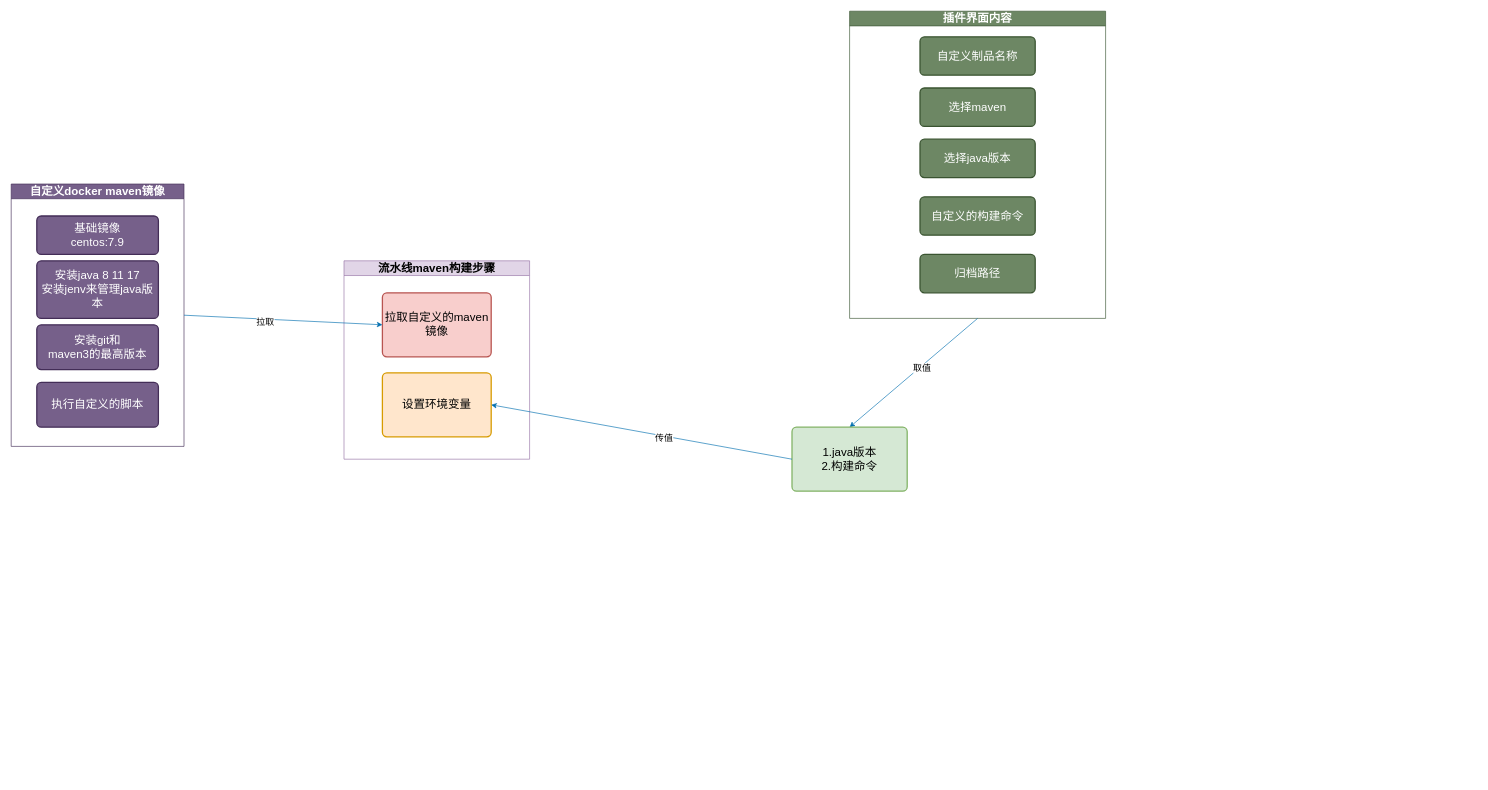
Before: page "Maven构建原型" (5 of 12) of 发布中心.drawio in GorgeousU/draw.io, a draw.io diagram. Source tidied: cells renumbered, new cells numbered last; positions are measured from the earlier drawing's top-left corner, leaving out a move shared by most shapes. Both pictures are drawn from the tidied source at 64%, with x=0, y=0 at pixel (11, 11).
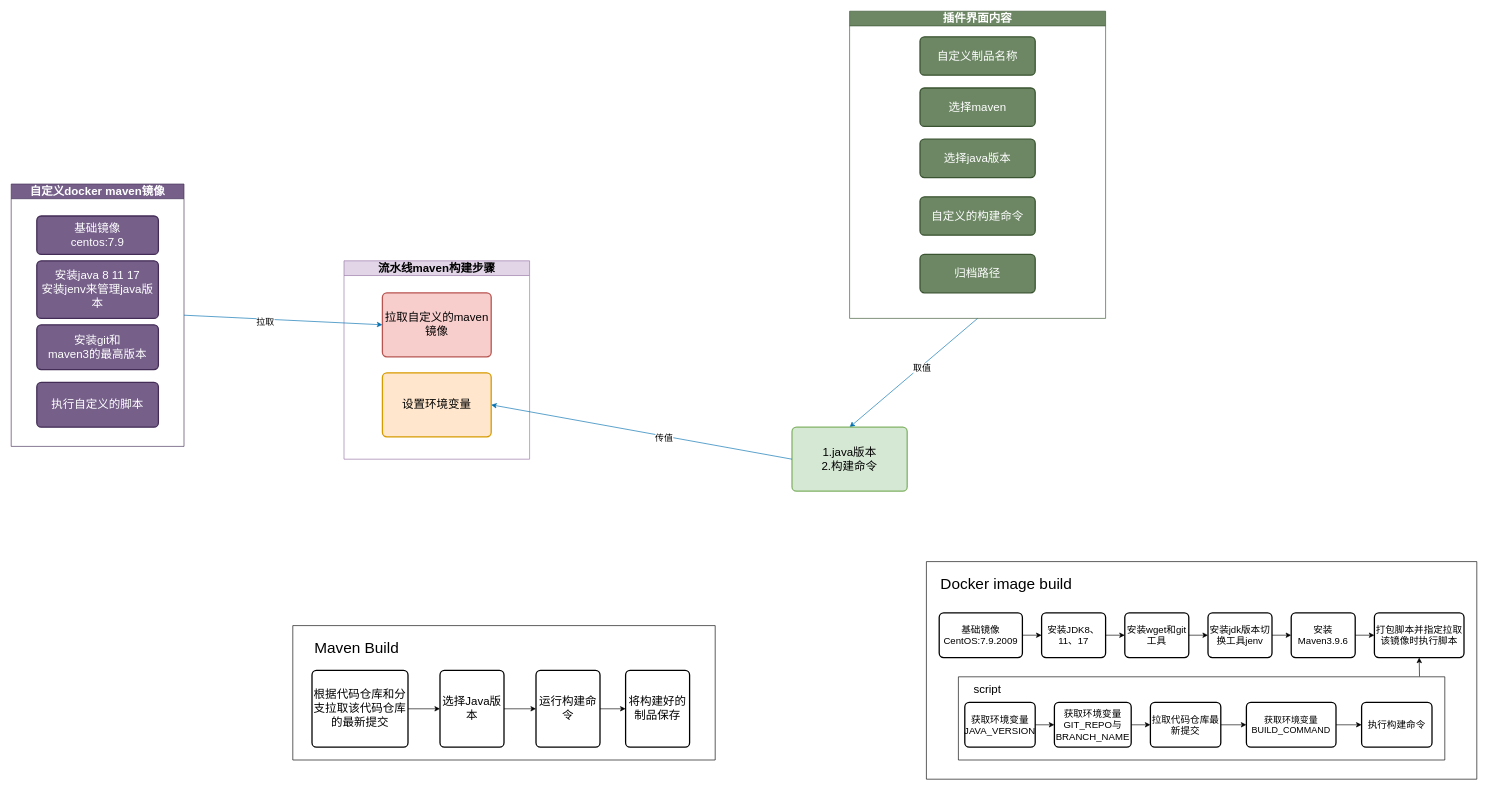
Above is the later version.

The edit, as a diff of the source:
```diff
@@
+    <mxCell id="23" style="swimlane;startSize=0;" parent="1" vertex="1">
+      <mxGeometry x="440" y="960" width="660" height="210" as="geometry" />
+    </mxCell>
+    <mxCell id="24" value="&lt;font style=&quot;font-size: 24px;&quot;&gt;Maven Build&lt;/font&gt;" style="text;html=1;align=center;verticalAlign=middle;whiteSpace=wrap;rounded=0;" parent="23" vertex="1">
+      <mxGeometry x="30" y="20" width="140" height="30" as="geometry" />
+    </mxCell>
+    <mxCell id="25" value="&lt;font style=&quot;font-size: 18px;&quot;&gt;根据代码仓库和分支拉取该代码仓库的最新提交&lt;/font&gt;" style="rounded=1;whiteSpace=wrap;html=1;absoluteArcSize=1;arcSize=14;strokeWidth=2;" parent="23" vertex="1">
+      <mxGeometry x="30" y="70" width="150" height="120" as="geometry" />
+    </mxCell>
+    <mxCell id="26" value="&lt;font style=&quot;font-size: 18px;&quot;&gt;选择Java版本&lt;/font&gt;" style="rounded=1;whiteSpace=wrap;html=1;absoluteArcSize=1;arcSize=14;strokeWidth=2;" parent="23" vertex="1">
+      <mxGeometry x="230" y="70" width="100" height="120" as="geometry" />
+    </mxCell>
+    <mxCell id="27" value="&lt;font style=&quot;font-size: 18px;&quot;&gt;运行构建命令&lt;/font&gt;" style="rounded=1;whiteSpace=wrap;html=1;absoluteArcSize=1;arcSize=14;strokeWidth=2;" parent="23" vertex="1">
+      <mxGeometry x="380" y="70" width="100" height="120" as="geometry" />
+    </mxCell>
+    <mxCell id="28" value="&lt;font style=&quot;font-size: 18px;&quot;&gt;将构建好的制品保存&lt;/font&gt;" style="rounded=1;whiteSpace=wrap;html=1;absoluteArcSize=1;arcSize=14;strokeWidth=2;" parent="23" vertex="1">
+      <mxGeometry x="520" y="70" width="100" height="120" as="geometry" />
+    </mxCell>
+    <mxCell id="29" style="endArrow=classic;html=1;rounded=0;exitX=1;exitY=0.5;exitDx=0;exitDy=0;entryX=0;entryY=0.5;entryDx=0;entryDy=0;" parent="23" edge="1" source="25" target="26">
+      <mxGeometry relative="1" as="geometry" />
+    </mxCell>
+    <mxCell id="30" style="endArrow=classic;html=1;rounded=0;exitX=1;exitY=0.5;exitDx=0;exitDy=0;entryX=0;entryY=0.5;entryDx=0;entryDy=0;" parent="23" edge="1" source="26" target="27">
+      <mxGeometry relative="1" as="geometry" />
+    </mxCell>
+    <mxCell id="31" style="endArrow=classic;html=1;rounded=0;exitX=1;exitY=0.5;exitDx=0;exitDy=0;entryX=0;entryY=0.5;entryDx=0;entryDy=0;" parent="23" edge="1" source="27" target="28">
+      <mxGeometry relative="1" as="geometry" />
+    </mxCell>
+    <mxCell id="32" style="swimlane;startSize=0;" parent="1" vertex="1">
+      <mxGeometry x="1430" y="860" width="860" height="340" as="geometry" />
+    </mxCell>
+    <mxCell id="33" value="&lt;font style=&quot;font-size: 24px;&quot;&gt;Docker image build&lt;/font&gt;" style="text;html=1;align=center;verticalAlign=middle;whiteSpace=wrap;rounded=0;" parent="32" vertex="1">
+      <mxGeometry x="20" y="20" width="210" height="30" as="geometry" />
+    </mxCell>
+    <mxCell id="34" value="&lt;font style=&quot;font-size: 15px;&quot;&gt;基础镜像CentOS:7.9.2009&lt;/font&gt;" style="rounded=1;whiteSpace=wrap;html=1;absoluteArcSize=1;arcSize=14;strokeWidth=2;" parent="32" vertex="1">
+      <mxGeometry x="20" y="80" width="130" height="70" as="geometry" />
+    </mxCell>
+    <mxCell id="35" value="&lt;font style=&quot;font-size: 15px;&quot;&gt;安装JDK8、11、17&lt;/font&gt;" style="rounded=1;whiteSpace=wrap;html=1;absoluteArcSize=1;arcSize=14;strokeWidth=2;" parent="32" vertex="1">
+      <mxGeometry x="180" y="80" width="100" height="70" as="geometry" />
+    </mxCell>
+    <mxCell id="36" value="&lt;font style=&quot;font-size: 15px;&quot;&gt;安装wget和git工具&lt;/font&gt;" style="rounded=1;whiteSpace=wrap;html=1;absoluteArcSize=1;arcSize=14;strokeWidth=2;" parent="32" vertex="1">
+      <mxGeometry x="310" y="80" width="100" height="70" as="geometry" />
+    </mxCell>
+    <mxCell id="37" value="&lt;font style=&quot;font-size: 15px;&quot;&gt;安装jdk版本切换工具jenv&lt;/font&gt;" style="rounded=1;whiteSpace=wrap;html=1;absoluteArcSize=1;arcSize=14;strokeWidth=2;" parent="32" vertex="1">
+      <mxGeometry x="440" y="80" width="100" height="70" as="geometry" />
+    </mxCell>
+    <mxCell id="38" value="&lt;font style=&quot;font-size: 15px;&quot;&gt;安装Maven3.9.6&lt;/font&gt;" style="rounded=1;whiteSpace=wrap;html=1;absoluteArcSize=1;arcSize=14;strokeWidth=2;" parent="32" vertex="1">
+      <mxGeometry x="570" y="80" width="100" height="70" as="geometry" />
+    </mxCell>
+    <mxCell id="39" style="swimlane;startSize=0;" parent="32" vertex="1">
+      <mxGeometry x="50" y="180" width="760" height="130" as="geometry" />
+    </mxCell>
+    <mxCell id="40" value="&lt;font style=&quot;font-size: 18px;&quot;&gt;script&lt;/font&gt;" style="text;html=1;align=center;verticalAlign=middle;strokeColor=none;fillColor=none;" parent="39" vertex="1">
+      <mxGeometry x="10" width="70" height="40" as="geometry" />
+    </mxCell>
+    <mxCell id="41" value="&lt;font style=&quot;font-size: 15px;&quot;&gt;获取环境变量JAVA_VERSION&lt;/font&gt;" style="rounded=1;whiteSpace=wrap;html=1;absoluteArcSize=1;arcSize=14;strokeWidth=2;" parent="39" vertex="1">
+      <mxGeometry x="10" y="40" width="110" height="70" as="geometry" />
+    </mxCell>
+    <mxCell id="42" value="&lt;font style=&quot;font-size: 15px;&quot;&gt;&lt;font style=&quot;font-size: 15px;&quot;&gt;获取环境变量&lt;/font&gt;&lt;span style=&quot;background-color: initial;&quot;&gt;GIT_REPO与&lt;/span&gt;&lt;span style=&quot;background-color: initial;&quot;&gt;BRANCH_NAME&lt;/span&gt;&lt;/font&gt;" style="rounded=1;whiteSpace=wrap;html=1;absoluteArcSize=1;arcSize=14;strokeWidth=2;" parent="39" vertex="1">
+      <mxGeometry x="150" y="40" width="120" height="70" as="geometry" />
+    </mxCell>
+    <mxCell id="43" value="&lt;font style=&quot;font-size: 15px;&quot;&gt;拉取代码仓库最新提交&lt;/font&gt;" style="rounded=1;whiteSpace=wrap;html=1;absoluteArcSize=1;arcSize=14;strokeWidth=2;" parent="39" vertex="1">
+      <mxGeometry x="300" y="40" width="110" height="70" as="geometry" />
+    </mxCell>
+    <mxCell id="44" value="&lt;span style=&quot;font-size: 14px;&quot;&gt;获取环境变量BUILD_COMMAND&lt;/span&gt;" style="rounded=1;whiteSpace=wrap;html=1;absoluteArcSize=1;arcSize=14;strokeWidth=2;" parent="39" vertex="1">
+      <mxGeometry x="450" y="40" width="140" height="70" as="geometry" />
+    </mxCell>
+    <mxCell id="45" value="&lt;font style=&quot;font-size: 15px;&quot;&gt;执行构建命令&lt;/font&gt;" style="rounded=1;whiteSpace=wrap;html=1;absoluteArcSize=1;arcSize=14;strokeWidth=2;" parent="39" vertex="1">
+      <mxGeometry x="630" y="40" width="110" height="70" as="geometry" />
+    </mxCell>
+    <mxCell id="46" style="endArrow=classic;html=1;rounded=0;exitX=1;exitY=0.5;exitDx=0;exitDy=0;entryX=0;entryY=0.5;entryDx=0;entryDy=0;" parent="39" edge="1" source="41" target="42">
+      <mxGeometry relative="1" as="geometry" />
+    </mxCell>
+    <mxCell id="47" style="endArrow=classic;html=1;rounded=0;exitX=1;exitY=0.5;exitDx=0;exitDy=0;entryX=0;entryY=0.5;entryDx=0;entryDy=0;" parent="39" edge="1" source="42" target="43">
+      <mxGeometry relative="1" as="geometry" />
+    </mxCell>
+    <mxCell id="48" style="endArrow=classic;html=1;rounded=0;exitX=1;exitY=0.5;exitDx=0;exitDy=0;entryX=0;entryY=0.5;entryDx=0;entryDy=0;" parent="39" edge="1" source="43" target="44">
+      <mxGeometry relative="1" as="geometry" />
+    </mxCell>
+    <mxCell id="49" style="endArrow=classic;html=1;rounded=0;exitX=1;exitY=0.5;exitDx=0;exitDy=0;entryX=0;entryY=0.5;entryDx=0;entryDy=0;" parent="39" edge="1" source="44" target="45">
+      <mxGeometry relative="1" as="geometry" />
+    </mxCell>
+    <mxCell id="50" value="&lt;font style=&quot;font-size: 15px;&quot;&gt;打包脚本并指定拉取该镜像时执行脚本&lt;/font&gt;" style="rounded=1;whiteSpace=wrap;html=1;absoluteArcSize=1;arcSize=14;strokeWidth=2;" parent="32" vertex="1">
+      <mxGeometry x="700" y="80" width="140" height="70" as="geometry" />
+    </mxCell>
+    <mxCell id="51" style="endArrow=classic;html=1;rounded=0;exitX=0.948;exitY=-0.005;exitDx=0;exitDy=0;exitPerimeter=0;entryX=0.5;entryY=1;entryDx=0;entryDy=0;" parent="32" edge="1" source="39" target="50">
+      <mxGeometry relative="1" as="geometry" />
+    </mxCell>
+    <mxCell id="52" style="endArrow=classic;html=1;rounded=0;exitX=1;exitY=0.5;exitDx=0;exitDy=0;entryX=0;entryY=0.5;entryDx=0;entryDy=0;" parent="32" edge="1" source="34" target="35">
+      <mxGeometry relative="1" as="geometry" />
+    </mxCell>
+    <mxCell id="53" style="endArrow=classic;html=1;rounded=0;exitX=1;exitY=0.5;exitDx=0;exitDy=0;entryX=0;entryY=0.5;entryDx=0;entryDy=0;" parent="32" edge="1" source="35" target="36">
+      <mxGeometry relative="1" as="geometry" />
+    </mxCell>
+    <mxCell id="54" style="endArrow=classic;html=1;rounded=0;exitX=1;exitY=0.5;exitDx=0;exitDy=0;entryX=0;entryY=0.5;entryDx=0;entryDy=0;" parent="32" edge="1" source="36" target="37">
+      <mxGeometry relative="1" as="geometry" />
+    </mxCell>
+    <mxCell id="55" style="endArrow=classic;html=1;rounded=0;exitX=1;exitY=0.5;exitDx=0;exitDy=0;entryX=0;entryY=0.5;entryDx=0;entryDy=0;" parent="32" edge="1" source="37" target="38">
+      <mxGeometry relative="1" as="geometry" />
+    </mxCell>
+    <mxCell id="56" style="endArrow=classic;html=1;rounded=0;exitX=1;exitY=0.5;exitDx=0;exitDy=0;entryX=0;entryY=0.5;entryDx=0;entryDy=0;" parent="32" edge="1" source="38" target="50">
+      <mxGeometry relative="1" as="geometry" />
+    </mxCell>
```
